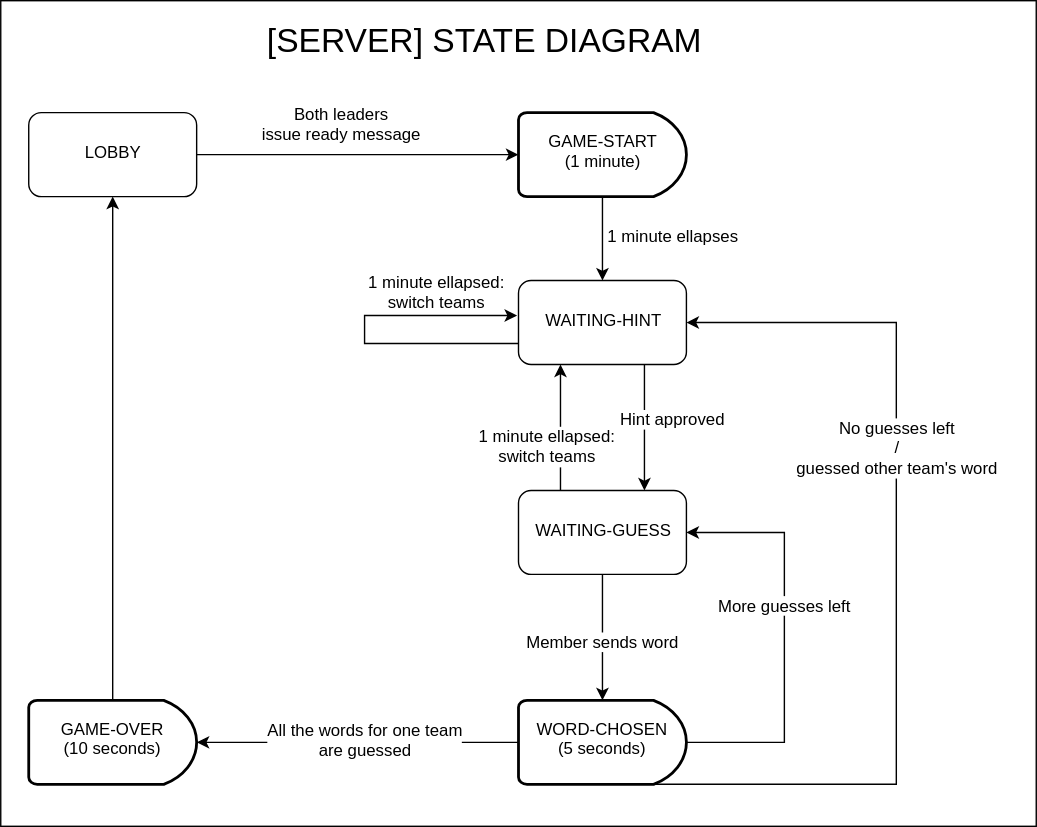
The draw.io diagram docs/UML/server/server-states.svg in dasanchez/mindfields, before a commit. Source tidied: cells renumbered, new cells last; positions are measured from the earlier drawing's top-left corner, leaving out a move shared by most shapes.
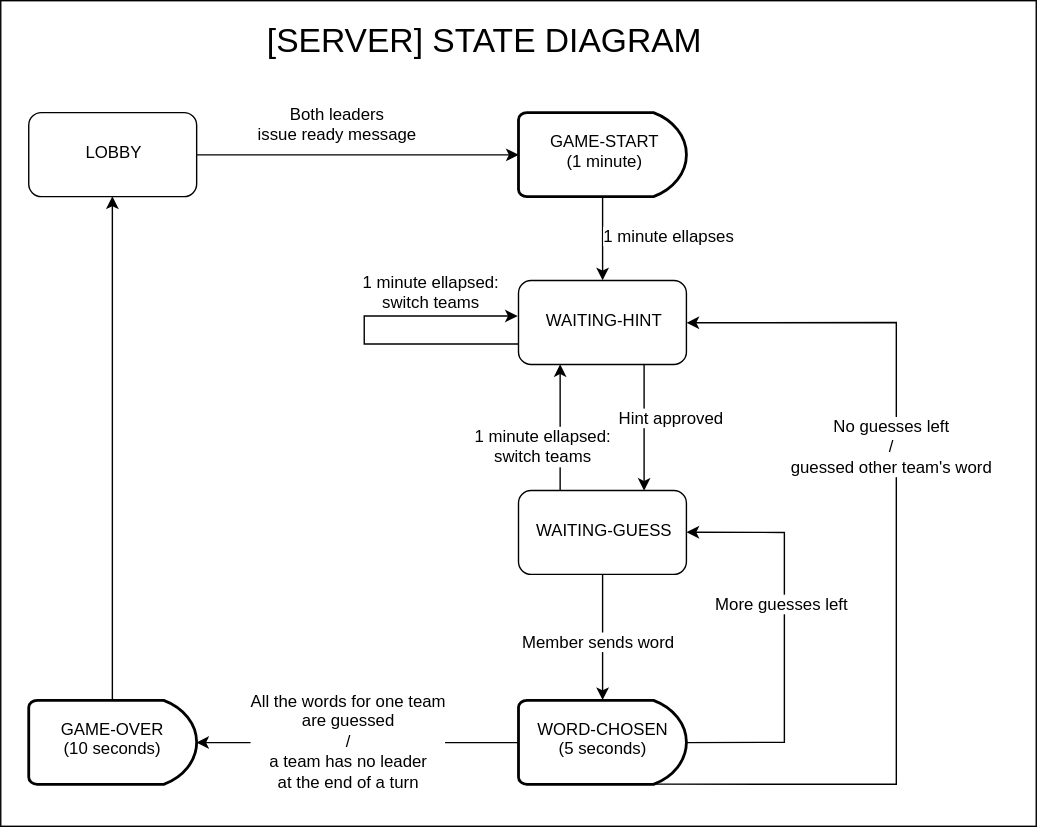
The same diagram one commit later.

What changed in the source:
```diff
@@ -98,9 +98,9 @@
     <mxCell id="24" style="edgeStyle=none;rounded=0;html=1;exitX=0;exitY=0.5;exitPerimeter=0;entryX=1;entryY=0.5;entryPerimeter=0;startArrow=none;startFill=0;jettySize=auto;fontSize=12;" parent="1" edge="1" source="26" target="28">
       <mxGeometry relative="1" as="geometry" />
     </mxCell>
-    <mxCell id="25" value="All the words for one team&lt;br&gt;are guessed" style="text;html=1;align=center;verticalAlign=middle;labelBackgroundColor=#ffffff;fontSize=12;" parent="24" vertex="1">
+    <mxCell id="25" value="All the words for one team&lt;br&gt;are guessed&lt;br&gt;/&lt;br&gt;a team has no leader&lt;br&gt;at the end of a turn" style="text;html=1;align=center;verticalAlign=middle;labelBackgroundColor=#ffffff;fontSize=12;" parent="24" vertex="1">
       <mxGeometry x="0.29" relative="1" as="geometry">
-        <mxPoint x="38" as="offset" />
+        <mxPoint x="28" as="offset" />
       </mxGeometry>
     </mxCell>
     <mxCell id="26" value="WORD-CHOSEN&lt;br&gt;(5 seconds)" style="strokeWidth=2;html=1;shape=mxgraph.flowchart.delay;whiteSpace=wrap;" parent="1" vertex="1">
```
